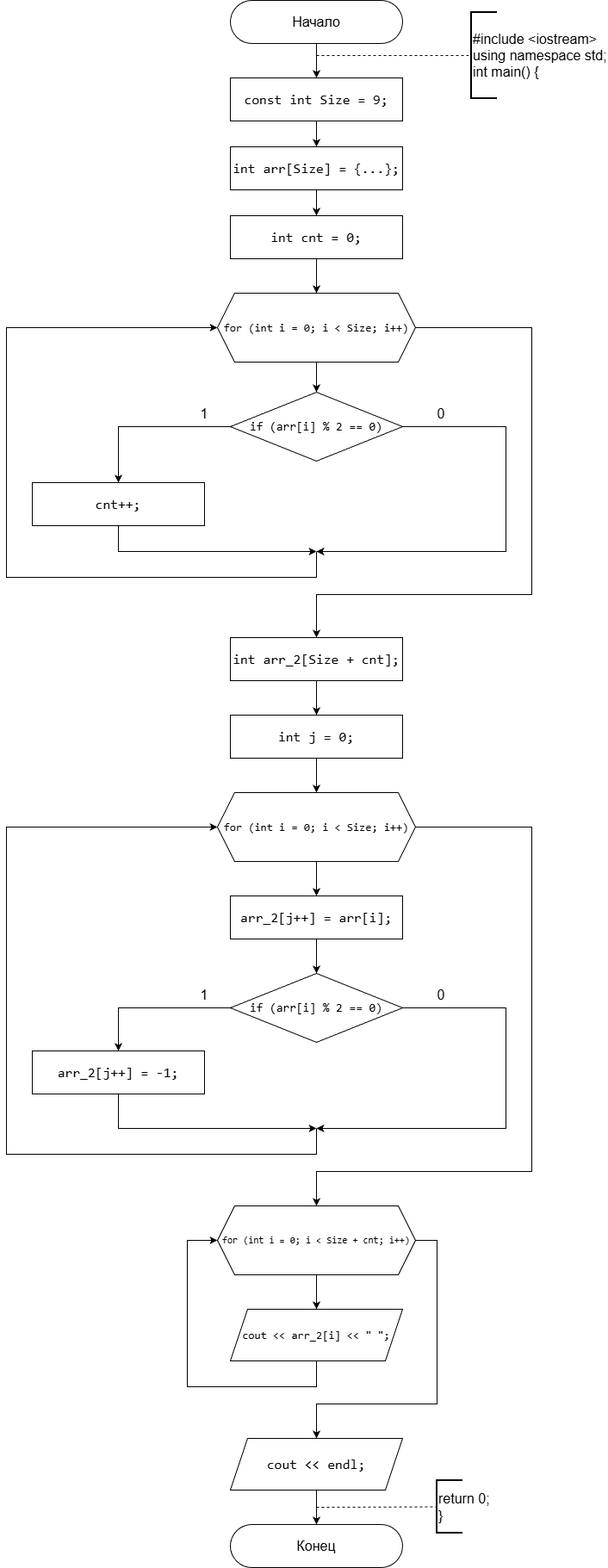
egovcevivan/Labs_PSTU keeps this draw.io diagram as Sem_2/static_arrays/3_8/3_8_task_block_scheme.png. Above is the earlier version. Source tidied: cells renumbered, new cells last; positions are measured from the earlier drawing's top-left corner, leaving out a move shared by most shapes.
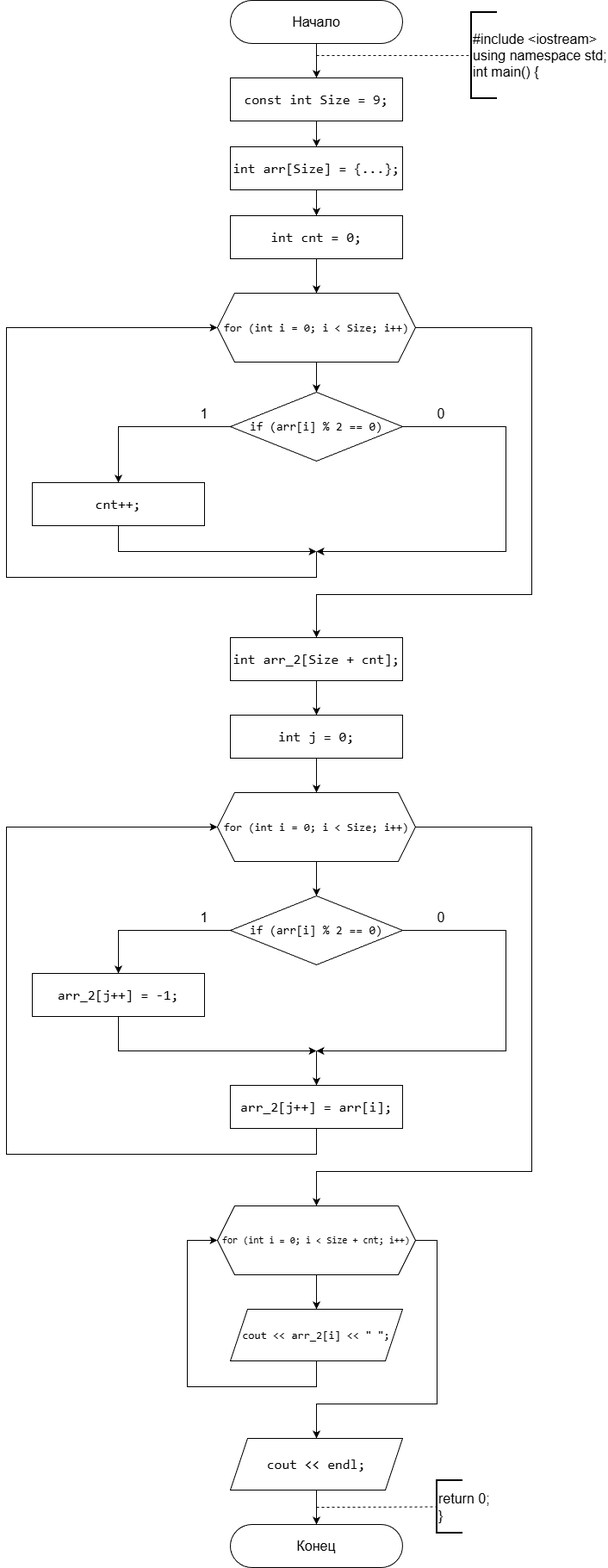
Later version of the same file.

Commit message:
Fixed block-schemes

Change to the diagram source:
```diff
@@ -1,4 +1,4 @@
-<mxGraphModel>
+<mxGraphModel background="#ffffff">
   <root>
     <mxCell id="0" />
     <mxCell id="1" parent="0" />
@@ -149,45 +149,39 @@
     <mxCell id="35" style="edgeStyle=orthogonalEdgeStyle;rounded=0;jettySize=auto;html=1;exitX=0;exitY=0.5;exitDx=0;exitDy=0;entryX=0.5;entryY=0;entryDx=0;entryDy=0;" parent="1" edge="1" source="37" target="41">
       <mxGeometry relative="1" as="geometry">
         <Array as="points">
-          <mxPoint x="130" y="1170" />
+          <mxPoint x="130" y="1080" />
         </Array>
       </mxGeometry>
     </mxCell>
     <mxCell id="36" style="edgeStyle=orthogonalEdgeStyle;rounded=0;jettySize=auto;html=1;exitX=1;exitY=0.5;exitDx=0;exitDy=0;" parent="1" edge="1" source="37">
       <mxGeometry relative="1" as="geometry">
-        <mxPoint x="360" y="1310" as="targetPoint" />
+        <mxPoint x="360" y="1220" as="targetPoint" />
         <Array as="points">
-          <mxPoint x="580" y="1170" />
+          <mxPoint x="580" y="1080" />
         </Array>
       </mxGeometry>
     </mxCell>
     <mxCell id="37" value="&lt;div style=&quot;font-family: Consolas, &amp;quot;Courier New&amp;quot;, monospace; line-height: 22px; white-space: pre;&quot;&gt;&lt;font style=&quot;font-size: 14px; color: rgb(0, 0, 0);&quot;&gt;&lt;span&gt;if&lt;/span&gt; (&lt;span&gt;arr&lt;/span&gt;[&lt;span&gt;i&lt;/span&gt;] % 2 == 0)&lt;/font&gt;&lt;/div&gt;" style="rhombus;whiteSpace=wrap;html=1;" parent="1" vertex="1">
-      <mxGeometry x="260" y="1130" width="200" height="80" as="geometry" />
+      <mxGeometry x="260" y="1040" width="200" height="80" as="geometry" />
     </mxCell>
     <mxCell id="38" value="&lt;font style=&quot;font-size: 16px;&quot;&gt;1&lt;/font&gt;" style="text;html=1;whiteSpace=wrap;strokeColor=none;fillColor=none;align=center;verticalAlign=middle;rounded=0;" parent="1" vertex="1">
-      <mxGeometry x="200" y="1140" width="60" height="30" as="geometry" />
+      <mxGeometry x="200" y="1050" width="60" height="30" as="geometry" />
     </mxCell>
     <mxCell id="39" value="&lt;span style=&quot;font-size: 16px;&quot;&gt;0&lt;/span&gt;" style="text;html=1;whiteSpace=wrap;strokeColor=none;fillColor=none;align=center;verticalAlign=middle;rounded=0;" parent="1" vertex="1">
-      <mxGeometry x="475" y="1140" width="60" height="30" as="geometry" />
+      <mxGeometry x="475" y="1050" width="60" height="30" as="geometry" />
     </mxCell>
     <mxCell id="40" style="edgeStyle=orthogonalEdgeStyle;rounded=0;jettySize=auto;html=1;exitX=0.5;exitY=1;exitDx=0;exitDy=0;" parent="1" edge="1" source="41">
       <mxGeometry relative="1" as="geometry">
-        <mxPoint x="360" y="1310" as="targetPoint" />
+        <mxPoint x="360" y="1220" as="targetPoint" />
         <Array as="points">
-          <mxPoint x="130" y="1310" />
-          <mxPoint x="360" y="1310" />
+          <mxPoint x="130" y="1220" />
+          <mxPoint x="360" y="1220" />
         </Array>
       </mxGeometry>
     </mxCell>
     <mxCell id="41" value="&lt;div style=&quot;font-family: Consolas, &amp;quot;Courier New&amp;quot;, monospace; line-height: 22px; white-space: pre;&quot;&gt;&lt;div style=&quot;line-height: 22px;&quot;&gt;&lt;div style=&quot;line-height: 22px;&quot;&gt;&lt;div style=&quot;line-height: 22px;&quot;&gt;&lt;span style=&quot;&quot;&gt;arr_2&lt;/span&gt;[&lt;span style=&quot;&quot;&gt;j&lt;/span&gt;&lt;span style=&quot;&quot;&gt;++&lt;/span&gt;] &lt;span style=&quot;&quot;&gt;=&lt;/span&gt; &lt;span style=&quot;&quot;&gt;-&lt;/span&gt;&lt;span style=&quot;&quot;&gt;1&lt;/span&gt;;&lt;/div&gt;&lt;/div&gt;&lt;/div&gt;&lt;/div&gt;" style="rounded=0;whiteSpace=wrap;html=1;fontSize=16;labelBackgroundColor=none;fontColor=default;textShadow=0;" parent="1" vertex="1">
-      <mxGeometry x="30" y="1220" width="200" height="50" as="geometry" />
+      <mxGeometry x="30" y="1130" width="200" height="50" as="geometry" />
     </mxCell>
-    <mxCell id="42" style="edgeStyle=orthogonalEdgeStyle;rounded=0;jettySize=auto;html=1;" parent="1" edge="1" source="43" target="37">
-      <mxGeometry relative="1" as="geometry" />
-    </mxCell>
-    <mxCell id="43" value="&lt;div style=&quot;font-family: Consolas, &amp;quot;Courier New&amp;quot;, monospace; line-height: 22px; white-space: pre;&quot;&gt;&lt;div style=&quot;line-height: 22px;&quot;&gt;&lt;div style=&quot;line-height: 22px;&quot;&gt;&lt;div style=&quot;line-height: 22px;&quot;&gt;&lt;span style=&quot;&quot;&gt;arr_2&lt;/span&gt;[&lt;span style=&quot;&quot;&gt;j&lt;/span&gt;&lt;span style=&quot;&quot;&gt;++&lt;/span&gt;] &lt;span style=&quot;&quot;&gt;=&lt;/span&gt; &lt;span style=&quot;&quot;&gt;arr&lt;/span&gt;[&lt;span style=&quot;&quot;&gt;i&lt;/span&gt;];&lt;/div&gt;&lt;/div&gt;&lt;/div&gt;&lt;/div&gt;" style="rounded=0;whiteSpace=wrap;html=1;fontSize=16;labelBackgroundColor=none;fontColor=default;textShadow=0;" parent="1" vertex="1">
-      <mxGeometry x="260" y="1040" width="200" height="50" as="geometry" />
-    </mxCell>
     <mxCell id="44" style="endArrow=classic;html=1;rounded=0;entryX=0;entryY=0.5;entryDx=0;entryDy=0;" parent="1" edge="1" target="34">
       <mxGeometry relative="1" as="geometry">
         <mxPoint x="360" y="1310" as="sourcePoint" />
@@ -225,5 +219,13 @@
     <mxCell id="49" value="&lt;div style=&quot;font-family: Consolas, &amp;quot;Courier New&amp;quot;, monospace; line-height: 22px; white-space: pre;&quot;&gt;&lt;font&gt;&lt;span&gt;cout&lt;/span&gt; &amp;lt;&amp;lt; arr_2[i] &amp;lt;&amp;lt; &quot; &quot;;&lt;/font&gt;&lt;/div&gt;" style="shape=parallelogram;perimeter=parallelogramPerimeter;whiteSpace=wrap;html=1;fixedSize=1;labelBackgroundColor=none;fontColor=default;fontSize=13;" parent="1" vertex="1">
       <mxGeometry x="260" y="1520" width="200" height="60" as="geometry" />
     </mxCell>
+    <mxCell id="43" value="&lt;div style=&quot;font-family: Consolas, &amp;quot;Courier New&amp;quot;, monospace; line-height: 22px; white-space: pre;&quot;&gt;&lt;div style=&quot;line-height: 22px;&quot;&gt;&lt;div style=&quot;line-height: 22px;&quot;&gt;&lt;div style=&quot;line-height: 22px;&quot;&gt;&lt;span style=&quot;&quot;&gt;arr_2&lt;/span&gt;[&lt;span style=&quot;&quot;&gt;j&lt;/span&gt;&lt;span style=&quot;&quot;&gt;++&lt;/span&gt;] &lt;span style=&quot;&quot;&gt;=&lt;/span&gt; &lt;span style=&quot;&quot;&gt;arr&lt;/span&gt;[&lt;span style=&quot;&quot;&gt;i&lt;/span&gt;];&lt;/div&gt;&lt;/div&gt;&lt;/div&gt;&lt;/div&gt;" style="rounded=0;whiteSpace=wrap;html=1;fontSize=16;labelBackgroundColor=none;fontColor=default;textShadow=0;" parent="1" vertex="1">
+      <mxGeometry x="260" y="1260" width="200" height="50" as="geometry" />
+    </mxCell>
+    <mxCell id="50" style="endArrow=classic;html=1;rounded=0;entryX=0.5;entryY=0;entryDx=0;entryDy=0;" parent="1" edge="1" target="43">
+      <mxGeometry relative="1" as="geometry">
+        <mxPoint x="360" y="1220" as="sourcePoint" />
+      </mxGeometry>
+    </mxCell>
   </root>
 </mxGraphModel>
```
